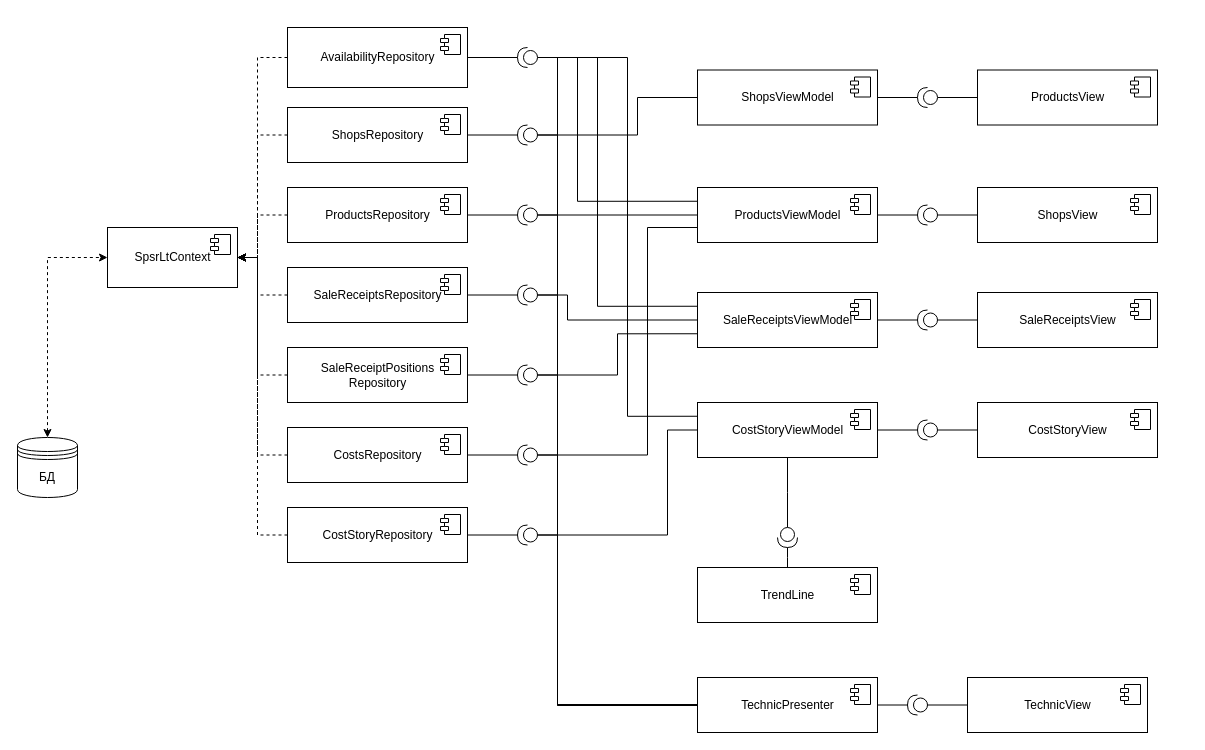
The draw.io diagram docs/imgs/Components.drawio in Yokud/DBCourseWork, before the edit. Source tidied: cells renumbered, new cells numbered last; positions are measured from the earlier drawing's top-left corner, leaving out a move shared by most shapes. Both pictures are drawn from the tidied source at 100%, with x=0, y=0 at pixel (17, 27).
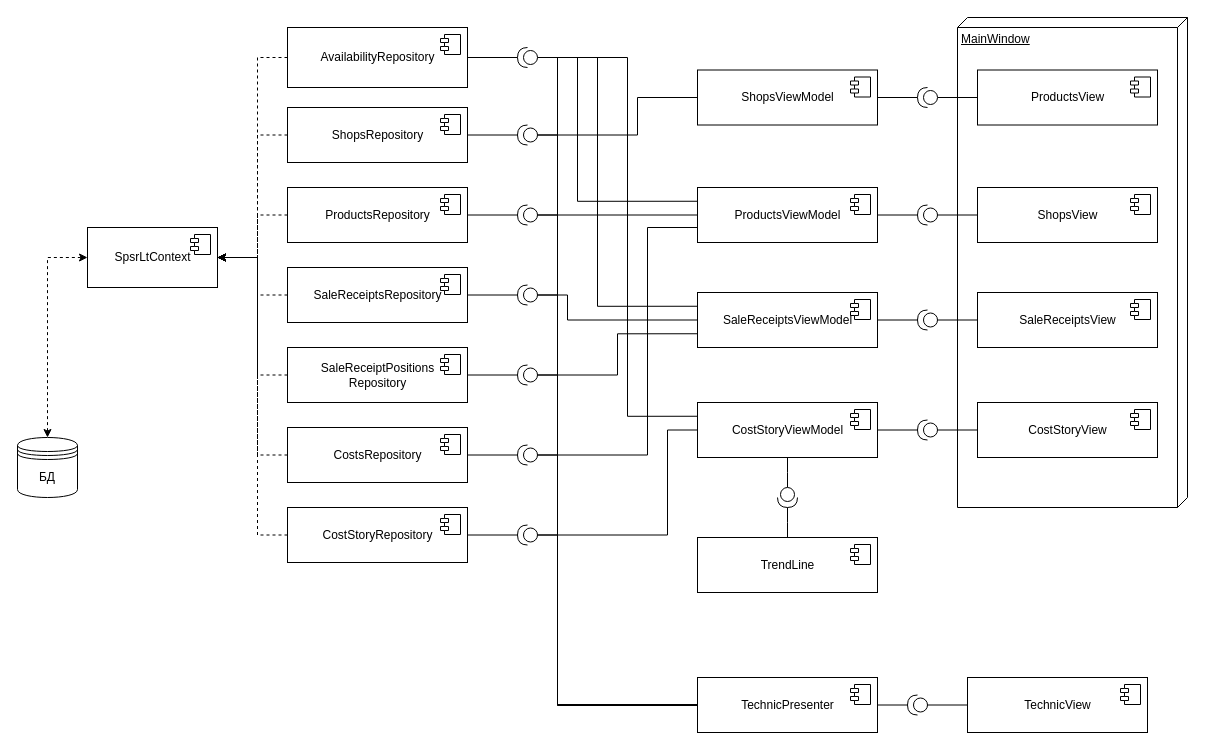
Above is the later version.

Unchanged cells that the change refers to:
```xml
<mxCell id="19" value="SaleReceiptPositions&lt;br&gt;Repository" style="html=1;" parent="1" vertex="1">
  <mxGeometry x="270" y="320" width="180" height="55" as="geometry" />
</mxCell>
<mxCell id="22" value="ProductsRepository" style="html=1;" parent="1" vertex="1">
  <mxGeometry x="270" y="160" width="180" height="55" as="geometry" />
</mxCell>
```

Change to the diagram source:
```diff
@@
+    <mxCell id="97" value="MainWindow" style="verticalAlign=top;align=left;spacingTop=8;spacingLeft=2;spacingRight=12;shape=cube;size=10;direction=south;fontStyle=4;html=1;" parent="1" vertex="1">
+      <mxGeometry x="940" y="-10" width="230" height="490" as="geometry" />
+    </mxCell>
@@
     <mxCell id="10" value="SpsrLtContext" style="html=1;" parent="1" vertex="1">
-      <mxGeometry x="90" y="200" width="130" height="60" as="geometry" />
+      <mxGeometry x="70" y="200" width="130" height="60" as="geometry" />
     </mxCell>
@@
-    <mxCell id="18" style="edgeStyle=orthogonalEdgeStyle;rounded=0;jettySize=auto;html=1;exitX=0;exitY=0.5;exitDx=0;exitDy=0;dashed=1;endArrow=classic;endFill=1;" parent="1" edge="1" source="19">
+    <mxCell id="18" style="edgeStyle=orthogonalEdgeStyle;rounded=0;jettySize=auto;html=1;exitX=0;exitY=0.5;exitDx=0;exitDy=0;dashed=1;endArrow=classic;endFill=1;entryX=1;entryY=0.5;entryDx=0;entryDy=0;" parent="1" edge="1" source="19" target="10">
       <mxGeometry relative="1" as="geometry">
-        <mxPoint x="220" y="230" as="targetPoint" />
         <Array as="points">
           <mxPoint x="240" y="348" />
           <mxPoint x="240" y="230" />
         </Array>
       </mxGeometry>
     </mxCell>
@@
-    <mxCell id="21" style="edgeStyle=orthogonalEdgeStyle;rounded=0;jettySize=auto;html=1;exitX=0;exitY=0.5;exitDx=0;exitDy=0;dashed=1;endArrow=classic;endFill=1;" parent="1" edge="1" source="22">
+    <mxCell id="21" style="edgeStyle=orthogonalEdgeStyle;rounded=0;jettySize=auto;html=1;exitX=0;exitY=0.5;exitDx=0;exitDy=0;dashed=1;endArrow=classic;endFill=1;entryX=1;entryY=0.5;entryDx=0;entryDy=0;" parent="1" edge="1" source="22" target="10">
       <mxGeometry relative="1" as="geometry">
-        <mxPoint x="220" y="230" as="targetPoint" />
         <Array as="points">
           <mxPoint x="240" y="188" />
           <mxPoint x="240" y="230" />
         </Array>
       </mxGeometry>
     </mxCell>
@@
     <mxCell id="77" value="TrendLine" style="html=1;" parent="1" vertex="1">
-      <mxGeometry x="680" y="540" width="180" height="55" as="geometry" />
+      <mxGeometry x="680" y="510" width="180" height="55" as="geometry" />
     </mxCell>
@@
     <mxCell id="84" style="shape=providedRequiredInterface;html=1;verticalLabelPosition=bottom;sketch=0;flipH=1;direction=south;" parent="1" vertex="1">
-      <mxGeometry x="760" y="500" width="20" height="20" as="geometry" />
+      <mxGeometry x="760" y="460" width="20" height="20" as="geometry" />
     </mxCell>
```
